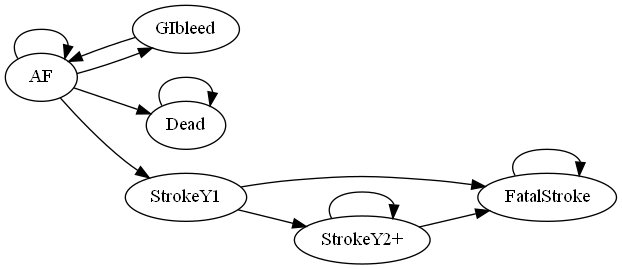
Before: vignettes/WatchBP.png, a diagram exported from Graphviz (ajsims1704/rdecision). Its source is kept beside it as vignettes/WatchBP.gv.
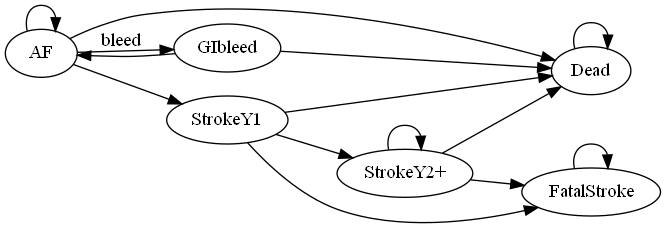
Later version of the same file.

The edit, as a diff of the source:
```diff
@@ -2,14 +2,17 @@
   size="7,7" ;
   rankdir=LR ;
    "AF" -> "AF"  ;
-   "AF" -> "GIbleed"  ;
+   "AF" -> "GIbleed" [ label =  "bleed" ] ;
    "AF" -> "Dead"  ;
    "AF" -> "StrokeY1"  ;
    "GIbleed" -> "AF"  ;
+   "GIbleed" -> "Dead"  ;
    "StrokeY1" -> "FatalStroke"  ;
    "StrokeY1" -> "StrokeY2+"  ;
+   "StrokeY1" -> "Dead"  ;
    "StrokeY2+" -> "StrokeY2+"  ;
    "StrokeY2+" -> "FatalStroke"  ;
+   "StrokeY2+" -> "Dead"  ;
    "Dead" -> "Dead"  ;
    "FatalStroke" -> "FatalStroke"  ;
 }
```
